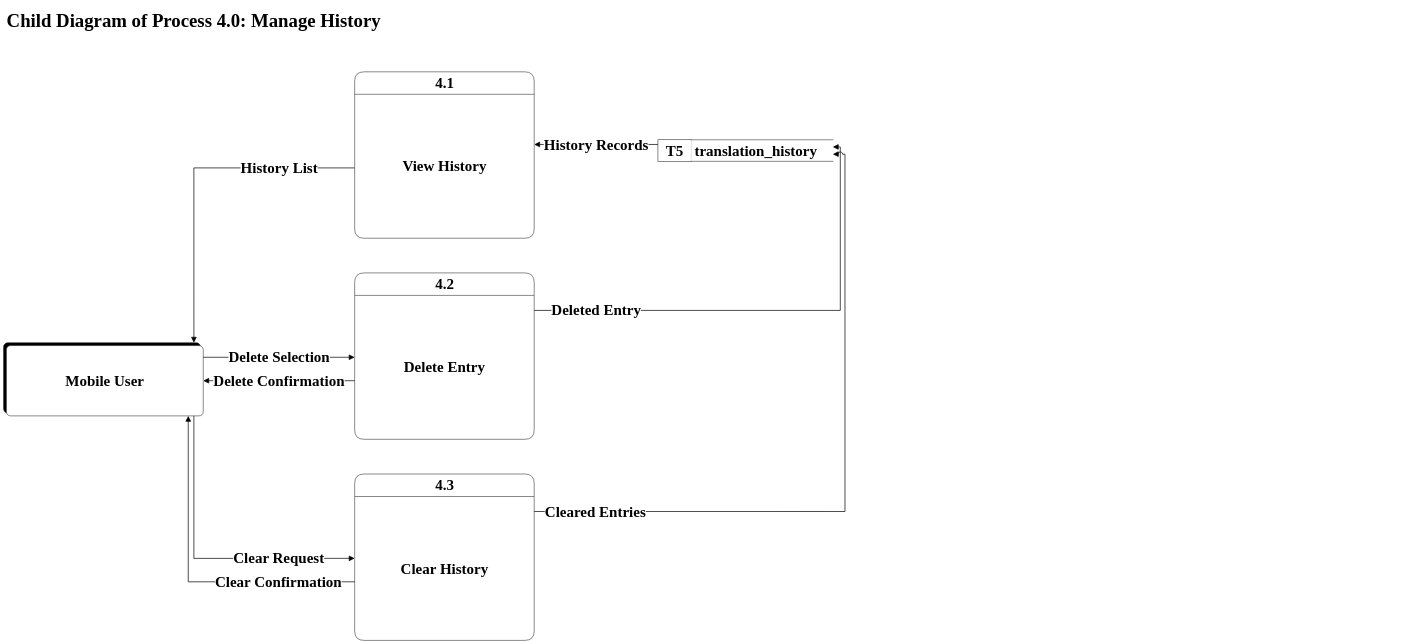
weimodein/sigla keeps this draw.io diagram as page "4.0 Manage History" (7 of 12) of docs-internal/diagrams/dfd/dataflow.drawio. Above is the earlier version. Source tidied: cells renumbered, new cells numbered last; positions are measured from the earlier drawing's top-left corner, leaving out a move shared by most shapes. Both pictures are drawn from the tidied source at 20%, with x=0, y=0 at pixel (3, 6).
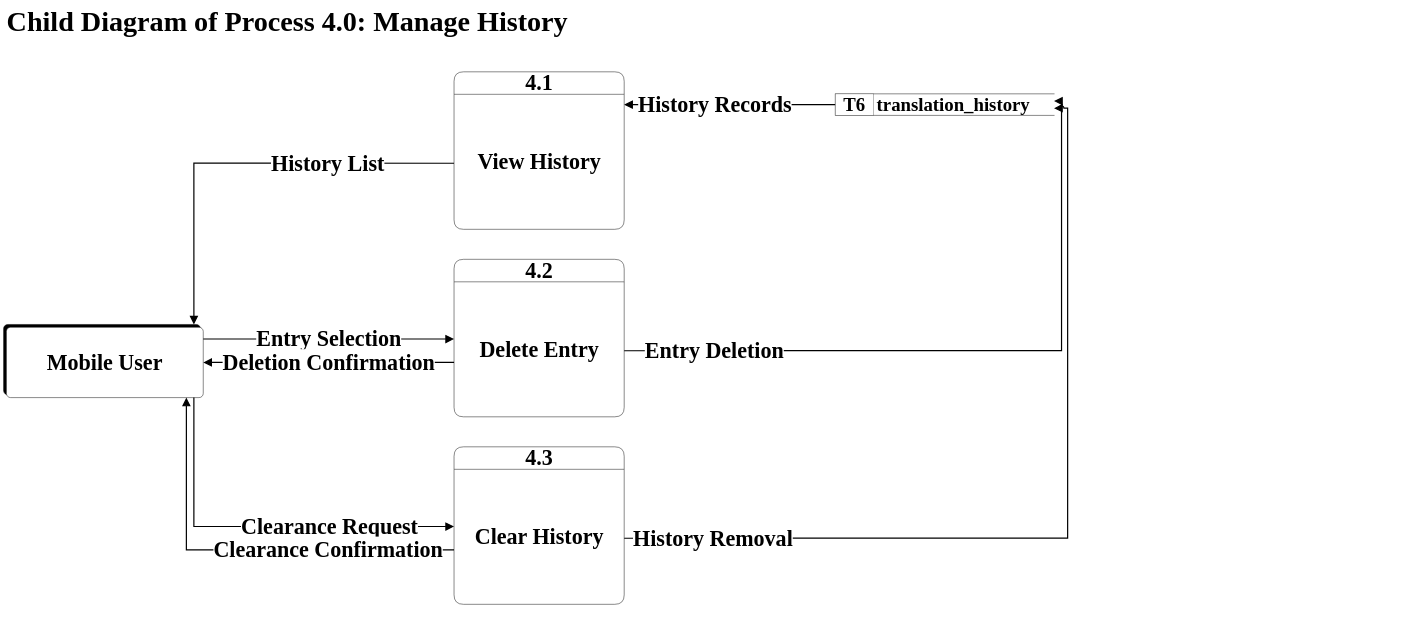
Above is the later version.

What changed in the source:
```diff
@@
-    <mxCell id="2" value="Child Diagram of Process 4.0: Manage History" style="text;html=1;align=left;verticalAlign=middle;fontSize=93.75;fontStyle=1;fontFamily=Times New Roman;" parent="1" vertex="1">
-      <mxGeometry x="14.4" y="0.4" width="4687.5" height="140.6" as="geometry" />
+    <mxCell id="2" value="Child Diagram of Process 4.0: Manage History" style="text;html=1;align=left;verticalAlign=middle;fontSize=140.62;fontStyle=1;fontFamily=Times New Roman;" parent="1" vertex="1">
+      <mxGeometry x="14.4" y="-13.6" width="7031.2" height="187.5" as="geometry" />
     </mxCell>
-    <mxCell id="3" value="&lt;b&gt;4.1&lt;/b&gt;" style="swimlane;rounded=1;arcSize=14;startSize=112.50;html=1;fillColor=#ffffff;swimlaneFillColor=#ffffff;strokeColor=#000000;fontSize=75;fontFamily=Times New Roman;strokeWidth=2.34;" parent="1" vertex="1">
-      <mxGeometry x="1755.8" y="328.6" width="897.7" height="832" as="geometry" />
+    <mxCell id="3" value="&lt;b&gt;4.1&lt;/b&gt;" style="swimlane;rounded=1;arcSize=14;startSize=112.50;html=1;fillColor=#ffffff;swimlaneFillColor=#ffffff;strokeColor=#000000;fontSize=110.16;fontFamily=Times New Roman;strokeWidth=2.34;" parent="1" vertex="1">
+      <mxGeometry x="2252.7" y="328.6" width="850.8" height="787.5" as="geometry" />
     </mxCell>
-    <mxCell id="4" value="&lt;b&gt;View History&lt;/b&gt;" style="text;html=1;align=center;verticalAlign=middle;whiteSpace=wrap;fontSize=75;fontFamily=Times New Roman;" parent="3" vertex="1">
-      <mxGeometry y="112.5" width="897.7" height="719.5" as="geometry" />
+    <mxCell id="4" value="&lt;b&gt;View History&lt;/b&gt;" style="text;html=1;align=center;verticalAlign=middle;whiteSpace=wrap;fontSize=110.16;fontFamily=Times New Roman;" parent="3" vertex="1">
+      <mxGeometry y="112.5" width="850.8" height="675" as="geometry" />
     </mxCell>
-    <mxCell id="5" value="&lt;b&gt;4.2&lt;/b&gt;" style="swimlane;rounded=1;arcSize=14;startSize=112.50;html=1;fillColor=#ffffff;swimlaneFillColor=#ffffff;strokeColor=#000000;fontSize=75;fontFamily=Times New Roman;strokeWidth=2.34;" parent="1" vertex="1">
-      <mxGeometry x="1755.8" y="1334" width="897.7" height="832" as="geometry" />
+    <mxCell id="5" value="&lt;b&gt;4.2&lt;/b&gt;" style="swimlane;rounded=1;arcSize=14;startSize=112.50;html=1;fillColor=#ffffff;swimlaneFillColor=#ffffff;strokeColor=#000000;fontSize=110.16;fontFamily=Times New Roman;strokeWidth=2.34;" parent="1" vertex="1">
+      <mxGeometry x="2252.7" y="1266.1" width="850.8" height="787.5" as="geometry" />
     </mxCell>
-    <mxCell id="6" value="&lt;b&gt;Delete Entry&lt;/b&gt;" style="text;html=1;align=center;verticalAlign=middle;whiteSpace=wrap;fontSize=75;fontFamily=Times New Roman;" parent="5" vertex="1">
-      <mxGeometry y="112.5" width="897.7" height="719.5" as="geometry" />
+    <mxCell id="6" value="&lt;b&gt;Delete Entry&lt;/b&gt;" style="text;html=1;align=center;verticalAlign=middle;whiteSpace=wrap;fontSize=110.16;fontFamily=Times New Roman;" parent="5" vertex="1">
+      <mxGeometry y="112.5" width="850.8" height="675" as="geometry" />
     </mxCell>
-    <mxCell id="7" value="&lt;b&gt;4.3&lt;/b&gt;" style="swimlane;rounded=1;arcSize=14;startSize=112.50;html=1;fillColor=#ffffff;swimlaneFillColor=#ffffff;strokeColor=#000000;fontSize=75;fontFamily=Times New Roman;strokeWidth=2.34;" parent="1" vertex="1">
-      <mxGeometry x="1755.8" y="2339.5" width="897.7" height="832" as="geometry" />
+    <mxCell id="7" value="&lt;b&gt;4.3&lt;/b&gt;" style="swimlane;rounded=1;arcSize=14;startSize=112.50;html=1;fillColor=#ffffff;swimlaneFillColor=#ffffff;strokeColor=#000000;fontSize=110.16;fontFamily=Times New Roman;strokeWidth=2.34;" parent="1" vertex="1">
+      <mxGeometry x="2252.7" y="2203.6" width="850.8" height="787.5" as="geometry" />
     </mxCell>
-    <mxCell id="8" value="&lt;b&gt;Clear History&lt;/b&gt;" style="text;html=1;align=center;verticalAlign=middle;whiteSpace=wrap;fontSize=75;fontFamily=Times New Roman;" parent="7" vertex="1">
-      <mxGeometry y="112.5" width="897.7" height="719.5" as="geometry" />
+    <mxCell id="8" value="&lt;b&gt;Clear History&lt;/b&gt;" style="text;html=1;align=center;verticalAlign=middle;whiteSpace=wrap;fontSize=110.16;fontFamily=Times New Roman;" parent="7" vertex="1">
+      <mxGeometry y="112.5" width="850.8" height="675" as="geometry" />
     </mxCell>
-    <mxCell id="9" value="&lt;b&gt;T5&lt;/b&gt;" style="rounded=0;html=1;fillColor=#ffffff;strokeColor=#000000;fontSize=75;fontFamily=Times New Roman;strokeWidth=2.34;" parent="1" vertex="1">
-      <mxGeometry x="3272.2" y="668.4" width="166.4" height="107.8" as="geometry" />
+    <mxCell id="9" value="&lt;b&gt;T6&lt;/b&gt;" style="rounded=0;html=1;fillColor=#ffffff;strokeColor=#000000;fontSize=93.75;fontFamily=Times New Roman;strokeWidth=2.34;" parent="1" vertex="1">
+      <mxGeometry x="4158.2" y="438.7" width="192.2" height="107.8" as="geometry" />
     </mxCell>
-    <mxCell id="10" value="&lt;b&gt;translation_history&lt;/b&gt;" style="shape=partialRectangle;html=1;whiteSpace=wrap;top=1;bottom=1;left=0;right=0;fillColor=#ffffff;strokeColor=#000000;align=left;spacingLeft=14.06;fontSize=75;fontFamily=Times New Roman;strokeWidth=2.34;" parent="1" vertex="1">
-      <mxGeometry x="3438.7" y="668.4" width="707.8" height="107.8" as="geometry" />
+    <mxCell id="10" value="&lt;b&gt;translation_history&lt;/b&gt;" style="shape=partialRectangle;html=1;whiteSpace=wrap;top=1;bottom=1;left=0;right=0;fillColor=#ffffff;strokeColor=#000000;align=left;spacingLeft=14.06;fontSize=93.75;fontFamily=Times New Roman;strokeWidth=2.34;" parent="1" vertex="1">
+      <mxGeometry x="4350.4" y="438.7" width="902.3" height="107.8" as="geometry" />
     </mxCell>
     <mxCell id="11" style="rounded=1;arcSize=6;fillColor=#000000;strokeColor=#000000;strokeWidth=2.34;" parent="1" vertex="1">
-      <mxGeometry x="0.4" y="1683.2" width="984.4" height="351.6" as="geometry" />
+      <mxGeometry x="0.4" y="1591.8" width="984.4" height="351.6" as="geometry" />
     </mxCell>
-    <mxCell id="12" value="&lt;b&gt;Mobile User&lt;/b&gt;" style="rounded=1;arcSize=6;whiteSpace=wrap;html=1;fillColor=#ffffff;strokeColor=#000000;fontSize=75;fontFamily=Times New Roman;strokeWidth=2.34;" parent="1" vertex="1">
-      <mxGeometry x="14.4" y="1697.3" width="984.4" height="351.6" as="geometry" />
+    <mxCell id="12" value="&lt;b&gt;Mobile User&lt;/b&gt;" style="rounded=1;arcSize=6;whiteSpace=wrap;html=1;fillColor=#ffffff;strokeColor=#000000;fontSize=110.16;fontFamily=Times New Roman;strokeWidth=2.34;" parent="1" vertex="1">
+      <mxGeometry x="14.4" y="1605.9" width="984.4" height="351.6" as="geometry" />
     </mxCell>
-    <mxCell id="13" value="History List" style="html=1;rounded=0;endArrow=block;endFill=1;endSize=20;jumpStyle=arc;jumpSize=18;strokeColor=#000000;fontSize=75;fontStyle=1;fontColor=#000000;labelBackgroundColor=#ffffff;fontFamily=Times New Roman;exitX=0;exitY=0.5774647887323944;exitDx=0;exitDy=0;entryX=0.9666666666666667;entryY=0;entryDx=0;entryDy=0;strokeWidth=3.5;" parent="1" edge="1" source="3" target="11">
-      <mxGeometry x="-0.55" relative="1" as="geometry">
+    <mxCell id="13" value="History List" style="html=1;rounded=0;endArrow=block;endFill=1;endSize=28;jumpStyle=arc;jumpSize=14;strokeColor=#000000;fontSize=110.16;fontStyle=1;fontColor=#000000;labelBackgroundColor=#ffffff;fontFamily=Times New Roman;exitX=0;exitY=0.5803571428571429;exitDx=0;exitDy=0;entryX=0.9666666666666667;entryY=0;entryDx=0;entryDy=0;strokeWidth=6;" parent="1" edge="1" source="3" target="11">
+      <mxGeometry x="-0.4" relative="1" as="geometry">
         <Array as="points">
-          <mxPoint x="951.9" y="809" />
+          <mxPoint x="951.9" y="785.6" />
         </Array>
       </mxGeometry>
     </mxCell>
-    <mxCell id="14" value="Clear Request" style="html=1;rounded=0;endArrow=block;endFill=1;endSize=20;jumpStyle=arc;jumpSize=18;strokeColor=#000000;fontSize=75;fontStyle=1;fontColor=#000000;labelBackgroundColor=#ffffff;fontFamily=Times New Roman;exitX=0.9523809523809523;exitY=1;exitDx=0;exitDy=0;entryX=0;entryY=0.5070422535211268;entryDx=0;entryDy=0;strokeWidth=3.5;" parent="1" edge="1" source="12" target="7">
-      <mxGeometry x="0.5" relative="1" as="geometry">
+    <mxCell id="14" value="Clearance Request" style="html=1;rounded=0;endArrow=block;endFill=1;endSize=28;jumpStyle=arc;jumpSize=14;strokeColor=#000000;fontSize=110.16;fontStyle=1;fontColor=#000000;labelBackgroundColor=#ffffff;fontFamily=Times New Roman;exitX=0.9523809523809523;exitY=1;exitDx=0;exitDy=0;entryX=0;entryY=0.5059523809523809;entryDx=0;entryDy=0;strokeWidth=6;" parent="1" edge="1" source="12" target="7">
+      <mxGeometry x="0.36" relative="1" as="geometry">
         <Array as="points">
-          <mxPoint x="951.9" y="2761.4" />
+          <mxPoint x="951.9" y="2602" />
         </Array>
       </mxGeometry>
     </mxCell>
-    <mxCell id="15" value="Clear Confirmation" style="html=1;rounded=0;endArrow=block;endFill=1;endSize=20;jumpStyle=arc;jumpSize=18;strokeColor=#000000;fontSize=75;fontStyle=1;fontColor=#000000;labelBackgroundColor=#ffffff;fontFamily=Times New Roman;exitX=0;exitY=0.647887323943662;exitDx=0;exitDy=0;entryX=0.9238095238095239;entryY=1;entryDx=0;entryDy=0;strokeWidth=3.5;" parent="1" edge="1" source="7" target="12">
-      <mxGeometry x="-0.54" relative="1" as="geometry">
+    <mxCell id="15" value="Clearance Confirmation" style="html=1;rounded=0;endArrow=block;endFill=1;endSize=28;jumpStyle=arc;jumpSize=14;strokeColor=#000000;fontSize=110.16;fontStyle=1;fontColor=#000000;labelBackgroundColor=#ffffff;fontFamily=Times New Roman;exitX=0;exitY=0.6547619047619048;exitDx=0;exitDy=0;entryX=0.9142857142857143;entryY=1;entryDx=0;entryDy=0;strokeWidth=6;" parent="1" edge="1" source="7" target="12">
+      <mxGeometry x="-0.4" relative="1" as="geometry">
         <Array as="points">
-          <mxPoint x="923.8" y="2878.6" />
+          <mxPoint x="914.4" y="2719.2" />
         </Array>
       </mxGeometry>
     </mxCell>
-    <mxCell id="16" value="Delete Selection" style="html=1;rounded=0;endArrow=block;endFill=1;endSize=20;jumpStyle=arc;jumpSize=18;strokeColor=#000000;fontSize=75;fontStyle=1;fontColor=#000000;labelBackgroundColor=#ffffff;fontFamily=Times New Roman;exitX=1;exitY=0.16666666666666666;exitDx=0;exitDy=0;entryX=0;entryY=0.5070422535211268;entryDx=0;entryDy=0;strokeWidth=3.5;" parent="1" edge="1" source="12" target="5">
+    <mxCell id="16" value="Entry Selection" style="html=1;rounded=0;endArrow=block;endFill=1;endSize=28;jumpStyle=arc;jumpSize=14;strokeColor=#000000;fontSize=110.16;fontStyle=1;fontColor=#000000;labelBackgroundColor=#ffffff;fontFamily=Times New Roman;exitX=1;exitY=0.16666666666666666;exitDx=0;exitDy=0;entryX=0;entryY=0.5059523809523809;entryDx=0;entryDy=0;strokeWidth=6;" parent="1" edge="1" source="12" target="5">
       <mxGeometry relative="1" as="geometry" />
     </mxCell>
-    <mxCell id="17" value="Delete Confirmation" style="html=1;rounded=0;endArrow=block;endFill=1;endSize=20;jumpStyle=arc;jumpSize=18;strokeColor=#000000;fontSize=75;fontStyle=1;fontColor=#000000;labelBackgroundColor=#ffffff;fontFamily=Times New Roman;exitX=0;exitY=0.647887323943662;exitDx=0;exitDy=0;entryX=1;entryY=0.5;entryDx=0;entryDy=0;strokeWidth=3.5;" parent="1" edge="1" source="5" target="12">
+    <mxCell id="17" value="Deletion Confirmation" style="html=1;rounded=0;endArrow=block;endFill=1;endSize=28;jumpStyle=arc;jumpSize=14;strokeColor=#000000;fontSize=110.16;fontStyle=1;fontColor=#000000;labelBackgroundColor=#ffffff;fontFamily=Times New Roman;exitX=0;exitY=0.6547619047619048;exitDx=0;exitDy=0;entryX=1;entryY=0.5;entryDx=0;entryDy=0;strokeWidth=6;" parent="1" edge="1" source="5" target="12">
       <mxGeometry relative="1" as="geometry" />
     </mxCell>
-    <mxCell id="18" value="History Records" style="html=1;rounded=0;endArrow=block;endFill=1;endSize=20;jumpStyle=arc;jumpSize=18;strokeColor=#000000;fontSize=75;fontStyle=1;fontColor=#000000;labelBackgroundColor=#ffffff;fontFamily=Times New Roman;exitX=0;exitY=0.21739130434782608;exitDx=0;exitDy=0;entryX=1;entryY=0.43661971830985913;entryDx=0;entryDy=0;strokeWidth=3.5;" parent="1" edge="1" source="9" target="3">
-      <mxGeometry relative="1" as="geometry" />
+    <mxCell id="18" value="History Records" style="html=1;rounded=0;endArrow=block;endFill=1;endSize=28;jumpStyle=arc;jumpSize=14;strokeColor=#000000;fontSize=110.16;fontStyle=1;fontColor=#000000;labelBackgroundColor=#ffffff;fontFamily=Times New Roman;exitX=0;exitY=0.5;exitDx=0;exitDy=0;entryX=1;entryY=0.20833333333333334;entryDx=0;entryDy=0;strokeWidth=6;" parent="1" edge="1" source="9" target="3">
+      <mxGeometry x="0.14" relative="1" as="geometry" />
     </mxCell>
-    <mxCell id="19" value="Deleted Entry" style="html=1;rounded=0;endArrow=block;endFill=1;endSize=20;jumpStyle=arc;jumpSize=18;strokeColor=#000000;fontSize=75;fontStyle=1;fontColor=#000000;labelBackgroundColor=#ffffff;fontFamily=Times New Roman;exitX=1;exitY=0.22535211267605634;exitDx=0;exitDy=0;entryX=1;entryY=0.3333333333333329;entryDx=0;entryDy=0;strokeWidth=3.5;" parent="1" edge="1" source="5" target="10">
+    <mxCell id="19" value="Entry Deletion" style="html=1;rounded=0;endArrow=block;endFill=1;endSize=28;jumpStyle=arc;jumpSize=14;strokeColor=#000000;fontSize=110.16;fontStyle=1;fontColor=#000000;labelBackgroundColor=#ffffff;fontFamily=Times New Roman;exitX=1;exitY=0.5803571428571429;exitDx=0;exitDy=0;entryX=1;entryY=0.33333333333333354;entryDx=0;entryDy=0;strokeWidth=6;" parent="1" edge="1" source="5" target="10">
       <mxGeometry x="-0.74" relative="1" as="geometry">
         <Array as="points">
-          <mxPoint x="4184" y="1521.5" />
-          <mxPoint x="4184" y="704.3" />
+          <mxPoint x="5290.2" y="1723.1" />
+          <mxPoint x="5290.2" y="474.7" />
         </Array>
       </mxGeometry>
     </mxCell>
-    <mxCell id="20" value="Cleared Entries" style="html=1;rounded=0;endArrow=block;endFill=1;endSize=20;jumpStyle=arc;jumpSize=18;strokeColor=#000000;fontSize=75;fontStyle=1;fontColor=#000000;labelBackgroundColor=#ffffff;fontFamily=Times New Roman;exitX=1;exitY=0.22535211267605634;exitDx=0;exitDy=0;entryX=1;entryY=0.6666666666666671;entryDx=0;entryDy=0;strokeWidth=3.5;" parent="1" edge="1" source="7" target="10">
-      <mxGeometry x="-0.82" relative="1" as="geometry">
+    <mxCell id="20" value="History Removal" style="html=1;rounded=0;endArrow=block;endFill=1;endSize=28;jumpStyle=arc;jumpSize=14;strokeColor=#000000;fontSize=110.16;fontStyle=1;fontColor=#000000;labelBackgroundColor=#ffffff;fontFamily=Times New Roman;exitX=1;exitY=0.5803571428571429;exitDx=0;exitDy=0;entryX=1;entryY=0.6666666666666664;entryDx=0;entryDy=0;strokeWidth=6;" parent="1" edge="1" source="7" target="10">
+      <mxGeometry x="-0.8" relative="1" as="geometry">
         <Array as="points">
-          <mxPoint x="4207.4" y="2527" />
-          <mxPoint x="4207.4" y="740.3" />
+          <mxPoint x="5320.7" y="2660.6" />
+          <mxPoint x="5320.7" y="510.6" />
         </Array>
       </mxGeometry>
     </mxCell>
```
